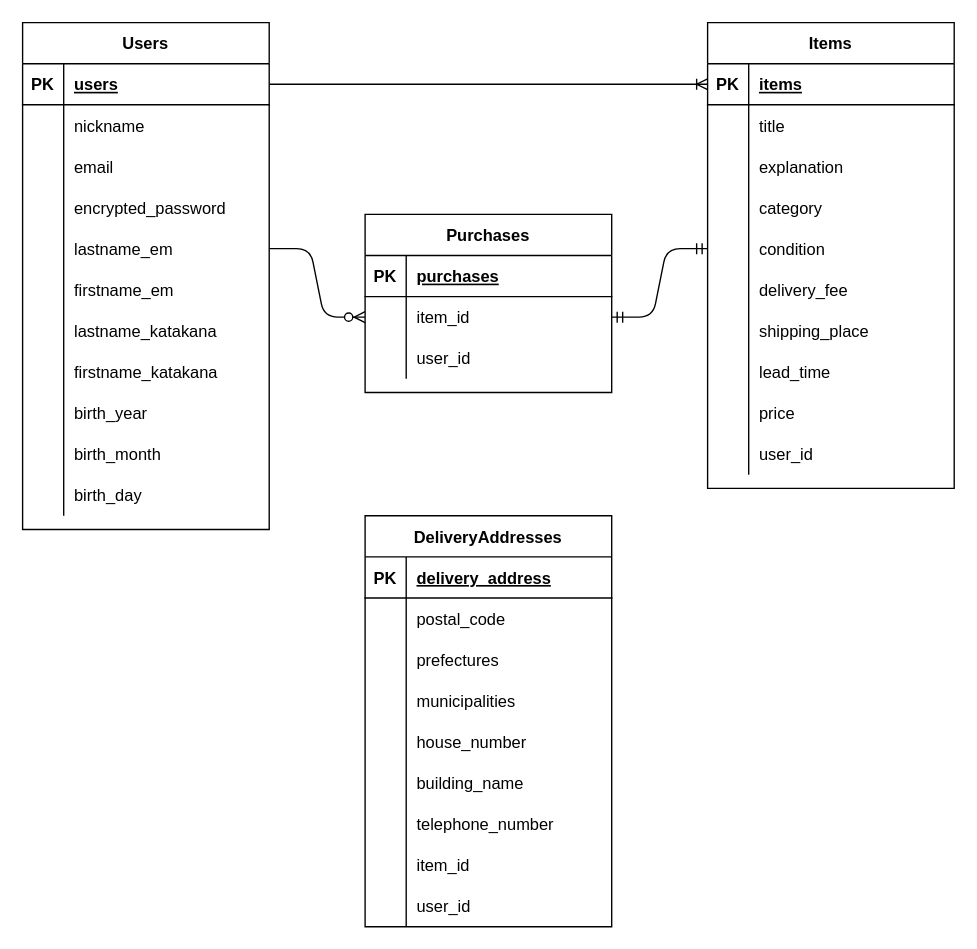
The draw.io diagram furima.dio in hirokichitana/furima-37142, before the edit. Source tidied: cells renumbered, new cells numbered last; positions are measured from the earlier drawing's top-left corner, leaving out a move shared by most shapes. Both pictures are drawn from the tidied source at 137%, with x=0, y=0 at pixel (22, 22).
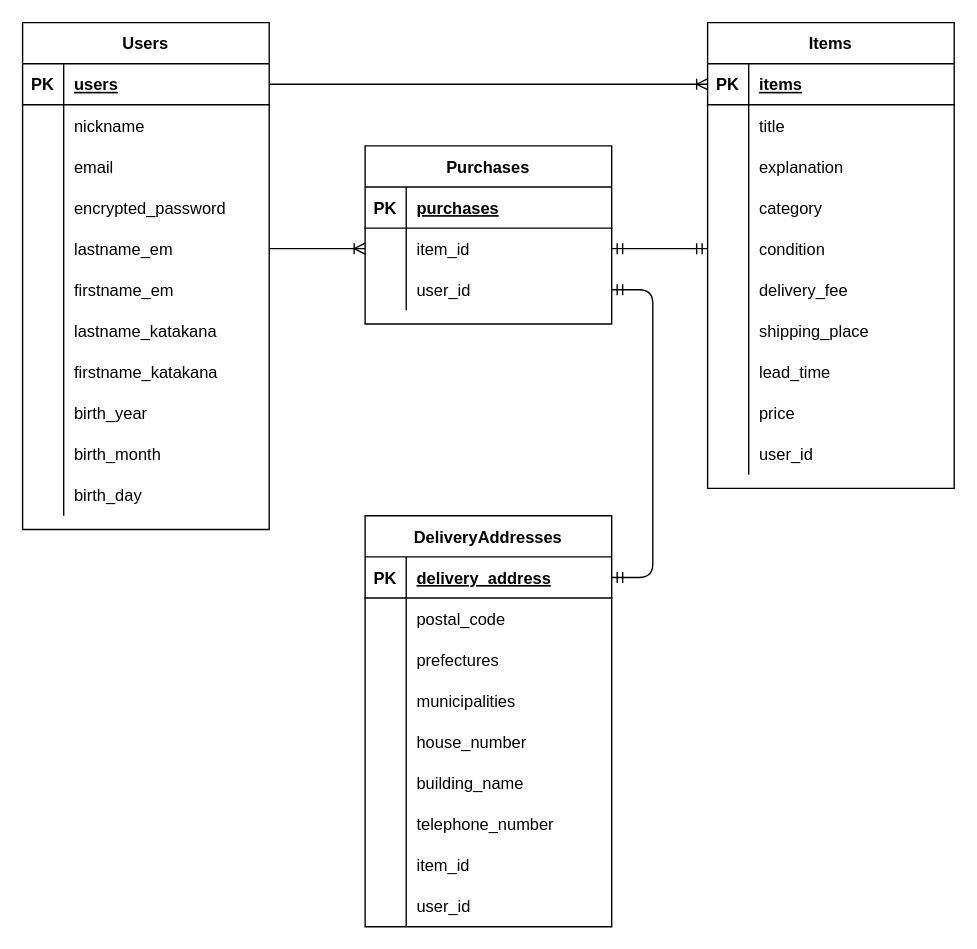
The same page after the edit.

Commit message (it also covers changes not shown here):
購入管理テーブルと発送先住所のアソシエーションを追記

Unchanged cells that the change refers to:
```xml
<mxCell id="15" style="shape=partialRectangle;fillColor=none;top=0;left=0;bottom=0;right=0;points=[[0,0.5],[1,0.5]];portConstraint=eastwest;rounded=0;" parent="2" vertex="1">
  <mxGeometry y="150" width="180" height="30" as="geometry" />
</mxCell>
<mxCell id="46" style="shape=partialRectangle;fillColor=none;top=0;left=0;bottom=0;right=0;points=[[0,0.5],[1,0.5]];portConstraint=eastwest;" parent="33" vertex="1">
  <mxGeometry y="150" width="180" height="30" as="geometry" />
</mxCell>
<mxCell id="69" style="shape=partialRectangle;fillColor=none;top=0;left=0;bottom=1;right=0;points=[[0,0.5],[1,0.5]];portConstraint=eastwest;rounded=0;" parent="68" vertex="1">
  <mxGeometry y="30" width="180" height="30" as="geometry" />
</mxCell>
<mxCell id="100" style="shape=partialRectangle;fillColor=none;top=0;left=0;bottom=0;right=0;points=[[0,0.5],[1,0.5]];portConstraint=eastwest;" parent="96" vertex="1">
  <mxGeometry y="60" width="180" height="30" as="geometry" />
</mxCell>
<mxCell id="103" style="shape=partialRectangle;fillColor=none;top=0;left=0;bottom=0;right=0;points=[[0,0.5],[1,0.5]];portConstraint=eastwest;" parent="96" vertex="1">
  <mxGeometry y="90" width="180" height="30" as="geometry" />
</mxCell>
```

Change to the diagram source:
```diff
@@
     <mxCell id="96" value="Purchases" style="shape=table;startSize=30;childLayout=tableLayout;rowLines=0;fontStyle=1;align=center;" parent="1" vertex="1">
-      <mxGeometry x="250" y="140" width="180" height="130" as="geometry" />
+      <mxGeometry x="250" y="90" width="180" height="130" as="geometry" />
     </mxCell>
@@
+    <mxCell id="107" style="edgeStyle=entityRelationEdgeStyle;fontSize=12;html=1;endArrow=ERmandOne;startArrow=ERmandOne;exitX=1;exitY=0.5;exitDx=0;exitDy=0;entryX=0;entryY=0.5;entryDx=0;entryDy=0;" parent="1" edge="1" source="100" target="15">
+      <mxGeometry relative="1" as="geometry" />
+    </mxCell>
+    <mxCell id="108" style="edgeStyle=entityRelationEdgeStyle;fontSize=12;html=1;endArrow=ERmandOne;startArrow=ERmandOne;exitX=1;exitY=0.5;exitDx=0;exitDy=0;entryX=1;entryY=0.5;entryDx=0;entryDy=0;" parent="1" edge="1" source="69" target="103">
+      <mxGeometry relative="1" as="geometry" />
+    </mxCell>
-    <mxCell id="106" style="edgeStyle=entityRelationEdgeStyle;fontSize=12;html=1;endArrow=ERzeroToMany;endFill=1;exitX=1;exitY=0.5;exitDx=0;exitDy=0;entryX=0;entryY=0.5;entryDx=0;entryDy=0;" parent="1" edge="1" source="46" target="100">
+    <mxCell id="106" style="edgeStyle=entityRelationEdgeStyle;fontSize=12;html=1;endArrow=ERoneToMany;exitX=1;exitY=0.5;exitDx=0;exitDy=0;entryX=0;entryY=0.5;entryDx=0;entryDy=0;" parent="1" edge="1" source="46" target="100">
       <mxGeometry relative="1" as="geometry" />
     </mxCell>
-    <mxCell id="107" style="edgeStyle=entityRelationEdgeStyle;fontSize=12;html=1;endArrow=ERmandOne;startArrow=ERmandOne;exitX=1;exitY=0.5;exitDx=0;exitDy=0;entryX=0;entryY=0.5;entryDx=0;entryDy=0;" parent="1" edge="1" source="100" target="15">
-      <mxGeometry relative="1" as="geometry" />
-    </mxCell>
```
